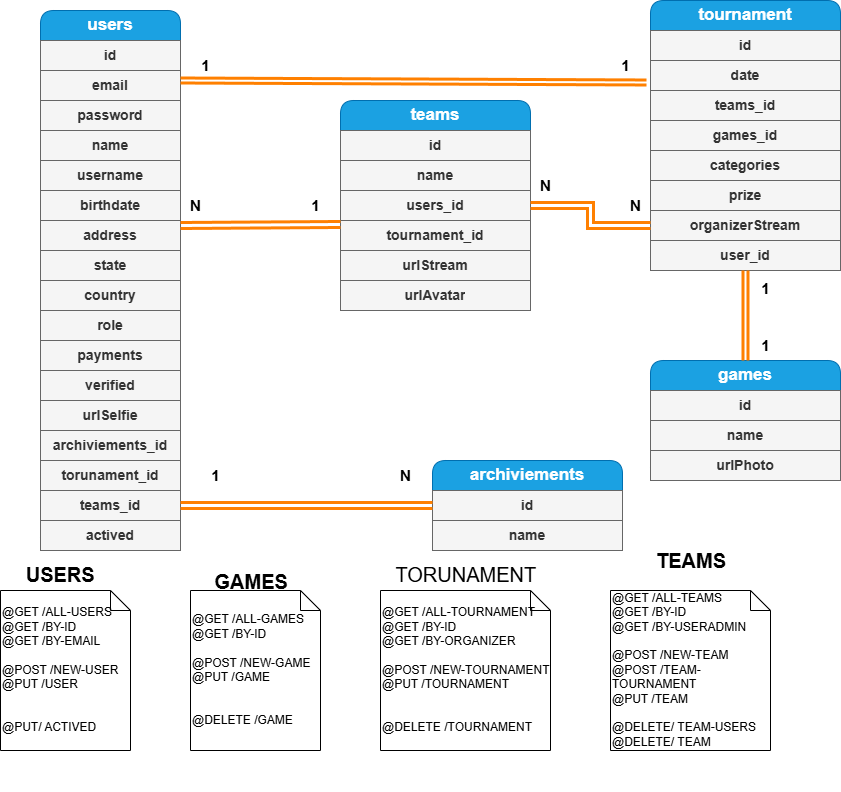
Above: Diagrama Entidad Relaciones Game Stream Tournament.drawio.png in FabricioIrazoqui/DiagramaEntidad-GameStreamTorunament (draw.io), before the change. Source tidied: cells renumbered, new cells last; positions are measured from the earlier drawing's top-left corner, leaving out a move shared by most shapes.
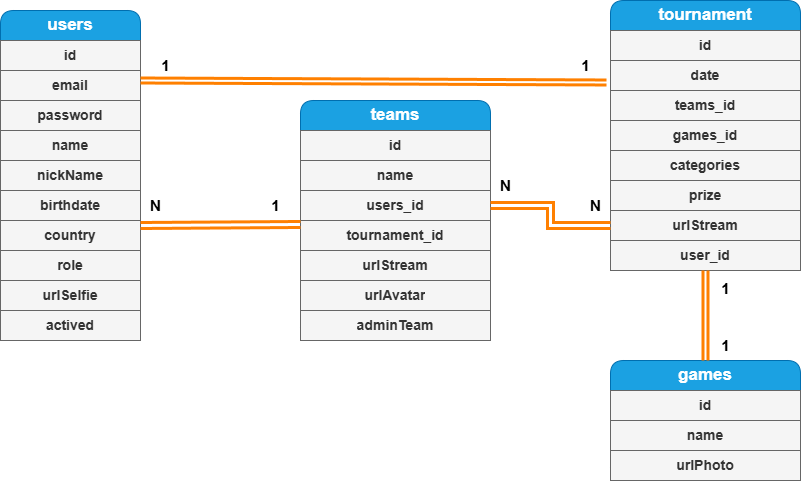
The same file after the commit.

Change to the diagram source:
```diff
@@ -3,7 +3,7 @@
     <mxCell id="0" />
     <mxCell id="1" parent="0" />
     <mxCell id="2" value="&lt;b&gt;&lt;font style=&quot;font-size: 17px;&quot;&gt;users&lt;/font&gt;&lt;/b&gt;" style="swimlane;fontStyle=0;horizontal=1;startSize=30;whiteSpace=wrap;html=1;glass=0;rounded=1;shadow=0;swimlaneLine=1;fillColor=#1ba1e2;strokeColor=#006EAF;fontColor=#ffffff;" parent="1" vertex="1">
-      <mxGeometry x="40" y="10" width="140" height="540" as="geometry" />
+      <mxGeometry x="40" y="10" width="140" height="330" as="geometry" />
     </mxCell>
     <mxCell id="3" value="id" style="text;strokeColor=#666666;fillColor=#f5f5f5;align=center;verticalAlign=middle;spacingLeft=4;spacingRight=4;overflow=hidden;whiteSpace=wrap;html=1;fontColor=#333333;fontStyle=1;fontSize=14;" parent="2" vertex="1">
       <mxGeometry y="30" width="140" height="30" as="geometry" />
@@ -17,44 +17,23 @@
     <mxCell id="6" value="name" style="text;strokeColor=#666666;fillColor=#f5f5f5;align=center;verticalAlign=middle;spacingLeft=4;spacingRight=4;overflow=hidden;whiteSpace=wrap;html=1;fontColor=#333333;fontStyle=1;fontSize=14;" parent="2" vertex="1">
       <mxGeometry y="120" width="140" height="30" as="geometry" />
     </mxCell>
-    <mxCell id="7" value="username" style="text;strokeColor=#666666;fillColor=#f5f5f5;align=center;verticalAlign=middle;spacingLeft=4;spacingRight=4;overflow=hidden;whiteSpace=wrap;html=1;fontColor=#333333;fontStyle=1;fontSize=14;" parent="2" vertex="1">
+    <mxCell id="7" value="nickName" style="text;strokeColor=#666666;fillColor=#f5f5f5;align=center;verticalAlign=middle;spacingLeft=4;spacingRight=4;overflow=hidden;whiteSpace=wrap;html=1;fontColor=#333333;fontStyle=1;fontSize=14;" parent="2" vertex="1">
       <mxGeometry y="150" width="140" height="30" as="geometry" />
     </mxCell>
     <mxCell id="8" value="birthdate" style="text;strokeColor=#666666;fillColor=#f5f5f5;align=center;verticalAlign=middle;spacingLeft=4;spacingRight=4;overflow=hidden;whiteSpace=wrap;html=1;fontColor=#333333;fontStyle=1;fontSize=14;" parent="2" vertex="1">
       <mxGeometry y="180" width="140" height="30" as="geometry" />
     </mxCell>
-    <mxCell id="9" value="address" style="text;strokeColor=#666666;fillColor=#f5f5f5;align=center;verticalAlign=middle;spacingLeft=4;spacingRight=4;overflow=hidden;points=[[0,0.5],[1,0.5]];portConstraint=eastwest;whiteSpace=wrap;html=1;fontColor=#333333;fontStyle=1;fontSize=14;" parent="2" vertex="1">
-      <mxGeometry y="210" width="140" height="30" as="geometry" />
-    </mxCell>
-    <mxCell id="10" value="state" style="text;strokeColor=#666666;fillColor=#f5f5f5;align=center;verticalAlign=middle;spacingLeft=4;spacingRight=4;overflow=hidden;whiteSpace=wrap;html=1;fontColor=#333333;fontStyle=1;fontSize=14;" parent="2" vertex="1">
-      <mxGeometry y="240" width="140" height="30" as="geometry" />
-    </mxCell>
     <mxCell id="11" value="country" style="text;strokeColor=#666666;fillColor=#f5f5f5;align=center;verticalAlign=middle;spacingLeft=4;spacingRight=4;overflow=hidden;whiteSpace=wrap;html=1;fontColor=#333333;fontStyle=1;fontSize=14;" parent="2" vertex="1">
-      <mxGeometry y="270" width="140" height="30" as="geometry" />
+      <mxGeometry y="210" width="140" height="30" as="geometry" />
     </mxCell>
     <mxCell id="12" value="role" style="text;strokeColor=#666666;fillColor=#f5f5f5;align=center;verticalAlign=middle;spacingLeft=4;spacingRight=4;overflow=hidden;whiteSpace=wrap;html=1;fontColor=#333333;fontStyle=1;fontSize=14;" parent="2" vertex="1">
-      <mxGeometry y="300" width="140" height="30" as="geometry" />
+      <mxGeometry y="240" width="140" height="30" as="geometry" />
     </mxCell>
-    <mxCell id="13" value="payments" style="text;strokeColor=#666666;fillColor=#f5f5f5;align=center;verticalAlign=middle;spacingLeft=4;spacingRight=4;overflow=hidden;whiteSpace=wrap;html=1;fontColor=#333333;fontStyle=1;fontSize=14;" parent="2" vertex="1">
-      <mxGeometry y="330" width="140" height="30" as="geometry" />
-    </mxCell>
-    <mxCell id="14" value="verified" style="text;strokeColor=#666666;fillColor=#f5f5f5;align=center;verticalAlign=middle;spacingLeft=4;spacingRight=4;overflow=hidden;whiteSpace=wrap;html=1;fontColor=#333333;fontStyle=1;fontSize=14;" parent="2" vertex="1">
-      <mxGeometry y="360" width="140" height="30" as="geometry" />
-    </mxCell>
     <mxCell id="15" value="urlSelfie" style="text;strokeColor=#666666;fillColor=#f5f5f5;align=center;verticalAlign=middle;spacingLeft=4;spacingRight=4;overflow=hidden;whiteSpace=wrap;html=1;fontColor=#333333;fontStyle=1;fontSize=14;" parent="2" vertex="1">
-      <mxGeometry y="390" width="140" height="30" as="geometry" />
+      <mxGeometry y="270" width="140" height="30" as="geometry" />
     </mxCell>
-    <mxCell id="16" value="archiviements_id" style="text;strokeColor=#666666;fillColor=#f5f5f5;align=center;verticalAlign=middle;spacingLeft=4;spacingRight=4;overflow=hidden;whiteSpace=wrap;html=1;fontColor=#333333;fontStyle=1;fontSize=14;" parent="2" vertex="1">
-      <mxGeometry y="420" width="140" height="30" as="geometry" />
-    </mxCell>
-    <mxCell id="17" value="torunament_id" style="text;strokeColor=#666666;fillColor=#f5f5f5;align=center;verticalAlign=middle;spacingLeft=4;spacingRight=4;overflow=hidden;whiteSpace=wrap;html=1;fontColor=#333333;fontStyle=1;fontSize=14;" parent="2" vertex="1">
-      <mxGeometry y="450" width="140" height="30" as="geometry" />
-    </mxCell>
-    <mxCell id="18" value="teams_id" style="text;strokeColor=#666666;fillColor=#f5f5f5;align=center;verticalAlign=middle;spacingLeft=4;spacingRight=4;overflow=hidden;points=[[0,0.5],[1,0.5]];portConstraint=eastwest;whiteSpace=wrap;html=1;fontColor=#333333;fontStyle=1;fontSize=14;" parent="2" vertex="1">
-      <mxGeometry y="480" width="140" height="30" as="geometry" />
-    </mxCell>
     <mxCell id="19" value="actived" style="text;strokeColor=#666666;fillColor=#f5f5f5;align=center;verticalAlign=middle;spacingLeft=4;spacingRight=4;overflow=hidden;whiteSpace=wrap;html=1;fontColor=#333333;fontStyle=1;fontSize=14;" parent="2" vertex="1">
-      <mxGeometry y="510" width="140" height="30" as="geometry" />
+      <mxGeometry y="300" width="140" height="30" as="geometry" />
     </mxCell>
     <mxCell id="20" value="&lt;span style=&quot;font-size: 17px;&quot;&gt;&lt;b&gt;tournament&lt;/b&gt;&lt;/span&gt;" style="swimlane;fontStyle=0;horizontal=1;startSize=30;whiteSpace=wrap;html=1;glass=0;rounded=1;shadow=0;swimlaneLine=1;fillColor=#1ba1e2;strokeColor=#006EAF;fontColor=#ffffff;" parent="1" vertex="1">
       <mxGeometry x="650" width="190" height="270" as="geometry" />
@@ -77,14 +56,14 @@
     <mxCell id="26" value="prize" style="text;strokeColor=#666666;fillColor=#f5f5f5;align=center;verticalAlign=middle;spacingLeft=4;spacingRight=4;overflow=hidden;whiteSpace=wrap;html=1;fontColor=#333333;fontStyle=1;fontSize=14;" parent="20" vertex="1">
       <mxGeometry y="180" width="190" height="30" as="geometry" />
     </mxCell>
-    <mxCell id="27" value="organizerStream" style="text;strokeColor=#666666;fillColor=#f5f5f5;align=center;verticalAlign=middle;spacingLeft=4;spacingRight=4;overflow=hidden;points=[[0,0.5],[1,0.5]];portConstraint=eastwest;whiteSpace=wrap;html=1;fontColor=#333333;fontStyle=1;fontSize=14;" parent="20" vertex="1">
+    <mxCell id="27" value="urlStream" style="text;strokeColor=#666666;fillColor=#f5f5f5;align=center;verticalAlign=middle;spacingLeft=4;spacingRight=4;overflow=hidden;points=[[0,0.5],[1,0.5]];portConstraint=eastwest;whiteSpace=wrap;html=1;fontColor=#333333;fontStyle=1;fontSize=14;" parent="20" vertex="1">
       <mxGeometry y="210" width="190" height="30" as="geometry" />
     </mxCell>
     <mxCell id="28" value="user_id" style="text;strokeColor=#666666;fillColor=#f5f5f5;align=center;verticalAlign=middle;spacingLeft=4;spacingRight=4;overflow=hidden;points=[[0,0.5],[1,0.5]];portConstraint=eastwest;whiteSpace=wrap;html=1;fontColor=#333333;fontStyle=1;fontSize=14;" parent="20" vertex="1">
       <mxGeometry y="240" width="190" height="30" as="geometry" />
     </mxCell>
     <mxCell id="29" value="&lt;span style=&quot;font-size: 17px;&quot;&gt;&lt;b&gt;teams&lt;/b&gt;&lt;/span&gt;" style="swimlane;fontStyle=0;horizontal=1;startSize=30;whiteSpace=wrap;html=1;glass=0;rounded=1;shadow=0;swimlaneLine=1;fillColor=#1ba1e2;strokeColor=#006EAF;fontColor=#ffffff;" parent="1" vertex="1">
-      <mxGeometry x="340" y="100" width="190" height="210" as="geometry" />
+      <mxGeometry x="340" y="100" width="190" height="240" as="geometry" />
     </mxCell>
     <mxCell id="30" value="id" style="text;strokeColor=#666666;fillColor=#f5f5f5;align=center;verticalAlign=middle;spacingLeft=4;spacingRight=4;overflow=hidden;whiteSpace=wrap;html=1;fontColor=#333333;fontStyle=1;fontSize=14;" parent="29" vertex="1">
       <mxGeometry y="30" width="190" height="30" as="geometry" />
@@ -104,6 +83,9 @@
     <mxCell id="35" value="urlAvatar" style="text;strokeColor=#666666;fillColor=#f5f5f5;align=center;verticalAlign=middle;spacingLeft=4;spacingRight=4;overflow=hidden;whiteSpace=wrap;html=1;fontColor=#333333;fontStyle=1;fontSize=14;" parent="29" vertex="1">
       <mxGeometry y="180" width="190" height="30" as="geometry" />
     </mxCell>
+    <mxCell id="62" value="adminTeam" style="text;strokeColor=#666666;fillColor=#f5f5f5;align=center;verticalAlign=middle;spacingLeft=4;spacingRight=4;overflow=hidden;whiteSpace=wrap;html=1;fontColor=#333333;fontStyle=1;fontSize=14;" parent="29" vertex="1">
+      <mxGeometry y="210" width="190" height="30" as="geometry" />
+    </mxCell>
     <mxCell id="36" value="&lt;span style=&quot;font-size: 17px;&quot;&gt;&lt;b&gt;games&lt;/b&gt;&lt;/span&gt;" style="swimlane;fontStyle=0;horizontal=1;startSize=30;whiteSpace=wrap;html=1;glass=0;rounded=1;shadow=0;swimlaneLine=1;fillColor=#1ba1e2;strokeColor=#006EAF;fontColor=#ffffff;" parent="1" vertex="1">
       <mxGeometry x="650" y="360" width="190" height="120" as="geometry" />
     </mxCell>
@@ -133,8 +115,10 @@
     <mxCell id="44" value="&lt;font style=&quot;font-size: 15px;&quot;&gt;&lt;b&gt;1&lt;/b&gt;&lt;/font&gt;" style="text;html=1;align=center;verticalAlign=middle;strokeColor=none;fillColor=none;" parent="1" vertex="1">
       <mxGeometry x="750" y="273" width="30" height="30" as="geometry" />
     </mxCell>
-    <mxCell id="45" style="edgeStyle=none;shape=link;rounded=0;jettySize=auto;html=1;exitX=0;exitY=0.133;exitDx=0;exitDy=0;entryX=1;entryY=0.167;entryDx=0;entryDy=0;entryPerimeter=0;strokeColor=#FF8000;strokeWidth=3;exitPerimeter=0;" parent="1" edge="1" source="33" target="9">
-      <mxGeometry relative="1" as="geometry" />
+    <mxCell id="45" style="edgeStyle=none;shape=link;rounded=0;jettySize=auto;html=1;exitX=0;exitY=0.133;exitDx=0;exitDy=0;entryX=1;entryY=0.167;entryDx=0;entryDy=0;entryPerimeter=0;strokeColor=#FF8000;strokeWidth=3;exitPerimeter=0;" parent="1" edge="1" source="33">
+      <mxGeometry relative="1" as="geometry">
+        <mxPoint x="180" y="225" as="targetPoint" />
+      </mxGeometry>
     </mxCell>
     <mxCell id="46" style="edgeStyle=orthogonalEdgeStyle;shape=link;rounded=0;jettySize=auto;html=1;exitX=1;exitY=0.5;exitDx=0;exitDy=0;entryX=0;entryY=0.5;entryDx=0;entryDy=0;strokeColor=#FF8000;strokeWidth=3;" parent="1" edge="1" source="32" target="27">
       <mxGeometry relative="1" as="geometry" />
@@ -148,41 +132,11 @@
     <mxCell id="49" value="&lt;font style=&quot;font-size: 15px;&quot;&gt;&lt;b&gt;1&lt;/b&gt;&lt;/font&gt;" style="text;html=1;align=center;verticalAlign=middle;strokeColor=none;fillColor=none;" parent="1" vertex="1">
       <mxGeometry x="610" y="50" width="30" height="30" as="geometry" />
     </mxCell>
-    <mxCell id="50" value="&lt;span style=&quot;font-size: 17px;&quot;&gt;&lt;b&gt;archiviements&lt;/b&gt;&lt;/span&gt;" style="swimlane;fontStyle=0;horizontal=1;startSize=30;whiteSpace=wrap;html=1;glass=0;rounded=1;shadow=0;swimlaneLine=1;fillColor=#1ba1e2;strokeColor=#006EAF;fontColor=#ffffff;" parent="1" vertex="1">
-      <mxGeometry x="432" y="460" width="190" height="90" as="geometry" />
-    </mxCell>
-    <mxCell id="51" value="id" style="text;strokeColor=#666666;fillColor=#f5f5f5;align=center;verticalAlign=middle;spacingLeft=4;spacingRight=4;overflow=hidden;points=[[0,0.5],[1,0.5]];portConstraint=eastwest;whiteSpace=wrap;html=1;fontColor=#333333;fontStyle=1;fontSize=14;" parent="50" vertex="1">
-      <mxGeometry y="30" width="190" height="30" as="geometry" />
-    </mxCell>
-    <mxCell id="52" value="name" style="text;strokeColor=#666666;fillColor=#f5f5f5;align=center;verticalAlign=middle;spacingLeft=4;spacingRight=4;overflow=hidden;whiteSpace=wrap;html=1;fontColor=#333333;fontStyle=1;fontSize=14;" parent="50" vertex="1">
-      <mxGeometry y="60" width="190" height="30" as="geometry" />
-    </mxCell>
-    <mxCell id="53" style="edgeStyle=orthogonalEdgeStyle;shape=link;rounded=0;jettySize=auto;html=1;exitX=1;exitY=0.5;exitDx=0;exitDy=0;entryX=0;entryY=0.5;entryDx=0;entryDy=0;strokeColor=#FF8000;strokeWidth=3;" parent="1" edge="1" source="18" target="51">
-      <mxGeometry relative="1" as="geometry" />
-    </mxCell>
-    <mxCell id="54" value="&lt;font style=&quot;font-size: 15px;&quot;&gt;&lt;b&gt;1&lt;/b&gt;&lt;/font&gt;" style="text;html=1;align=center;verticalAlign=middle;strokeColor=none;fillColor=none;" parent="1" vertex="1">
-      <mxGeometry x="200" y="460" width="30" height="30" as="geometry" />
-    </mxCell>
-    <mxCell id="55" value="&lt;font style=&quot;font-size: 15px;&quot;&gt;&lt;b&gt;N&lt;/b&gt;&lt;/font&gt;" style="text;html=1;align=center;verticalAlign=middle;strokeColor=none;fillColor=none;" parent="1" vertex="1">
-      <mxGeometry x="390" y="460" width="30" height="30" as="geometry" />
-    </mxCell>
     <mxCell id="56" value="&lt;font style=&quot;font-size: 15px;&quot;&gt;&lt;b&gt;1&lt;/b&gt;&lt;/font&gt;" style="text;html=1;align=center;verticalAlign=middle;strokeColor=none;fillColor=none;" parent="1" vertex="1">
       <mxGeometry x="300" y="190" width="30" height="30" as="geometry" />
     </mxCell>
     <mxCell id="57" value="&lt;b style=&quot;font-size: 15px;&quot;&gt;N&lt;/b&gt;" style="text;html=1;align=center;verticalAlign=middle;strokeColor=none;fillColor=none;" parent="1" vertex="1">
       <mxGeometry x="620" y="190" width="30" height="30" as="geometry" />
     </mxCell>
-    <mxCell id="58" value="&lt;div style=&quot;text-align: center; font-size: 20px;&quot;&gt;&lt;b&gt;USERS&lt;/b&gt;&lt;/div&gt;&lt;div style=&quot;text-align: center; font-size: 15px;&quot;&gt;&lt;b&gt;&lt;br&gt;&lt;/b&gt;&lt;/div&gt;@GET /ALL-USERS&lt;br&gt;@GET /BY-ID&lt;br&gt;@GET /BY-EMAIL&lt;div&gt;&lt;br&gt;&lt;/div&gt;&lt;div&gt;@POST /NEW-USER&lt;/div&gt;&lt;div&gt;@PUT /USER&lt;/div&gt;&lt;div&gt;&lt;br&gt;&lt;/div&gt;&lt;div&gt;&lt;br&gt;&lt;/div&gt;&lt;div&gt;@PUT/ ACTIVED&lt;/div&gt;&lt;div&gt;&lt;br&gt;&lt;/div&gt;&lt;div&gt;&lt;br&gt;&lt;div&gt;&lt;br&gt;&lt;/div&gt;&lt;/div&gt;" style="shape=note;size=20;whiteSpace=wrap;html=1;align=left;" parent="1" vertex="1">
-      <mxGeometry y="590" width="130" height="160" as="geometry" />
-    </mxCell>
-    <mxCell id="59" value="&lt;div style=&quot;text-align: center; font-size: 20px;&quot;&gt;&lt;b&gt;GAMES&lt;/b&gt;&lt;/div&gt;&lt;div style=&quot;text-align: center; font-size: 15px;&quot;&gt;&lt;b&gt;&lt;br&gt;&lt;/b&gt;&lt;/div&gt;@GET /ALL-GAMES&lt;br&gt;@GET /BY-ID&lt;br&gt;&lt;div&gt;&lt;br&gt;&lt;/div&gt;&lt;div&gt;@POST /NEW-GAME&lt;/div&gt;&lt;div&gt;@PUT /GAME&lt;/div&gt;&lt;div&gt;&lt;br&gt;&lt;/div&gt;&lt;div&gt;&lt;br&gt;&lt;/div&gt;&lt;div&gt;@DELETE /GAME&lt;/div&gt;&lt;div&gt;&lt;br&gt;&lt;/div&gt;&lt;div&gt;&lt;br&gt;&lt;div&gt;&lt;br&gt;&lt;/div&gt;&lt;/div&gt;" style="shape=note;size=20;whiteSpace=wrap;html=1;align=left;" parent="1" vertex="1">
-      <mxGeometry x="190" y="590" width="130" height="160" as="geometry" />
-    </mxCell>
-    <mxCell id="60" value="&lt;div style=&quot;text-align: center; font-size: 20px;&quot;&gt;TORUNAMENT&lt;/div&gt;&lt;div style=&quot;text-align: center; font-size: 15px;&quot;&gt;&lt;b&gt;&lt;br&gt;&lt;/b&gt;&lt;/div&gt;@GET /ALL-TOURNAMENT&lt;br&gt;@GET /BY-ID&lt;br&gt;&lt;div&gt;@GET /BY-ORGANIZER&lt;/div&gt;&lt;div&gt;&lt;br&gt;&lt;/div&gt;&lt;div&gt;@POST /NEW-TOURNAMENT&lt;/div&gt;&lt;div&gt;@PUT /TOURNAMENT&lt;/div&gt;&lt;div&gt;&lt;br&gt;&lt;/div&gt;&lt;div&gt;&lt;br&gt;&lt;/div&gt;&lt;div&gt;@DELETE /TOURNAMENT&lt;span style=&quot;color: rgba(0, 0, 0, 0); font-family: monospace; font-size: 0px; text-wrap: nowrap; background-color: initial;&quot;&gt;%3CmxGraphModel%3E%3Croot%3E%3CmxCell%20id%3D%220%22%2F%3E%3CmxCell%20id%3D%221%22%20parent%3D%220%22%2F%3E%3CmxCell%20id%3D%222%22%20value%3D%22%26lt%3Bdiv%20style%3D%26quot%3Btext-align%3A%20center%3B%20font-size%3A%2020px%3B%26quot%3B%26gt%3B%26lt%3Bb%26gt%3BUSERS%26lt%3B%2Fb%26gt%3B%26lt%3B%2Fdiv%26gt%3B%26lt%3Bdiv%20style%3D%26quot%3Btext-align%3A%20center%3B%20font-size%3A%2015px%3B%26quot%3B%26gt%3B%26lt%3Bb%26gt%3B%26lt%3Bbr%26gt%3B%26lt%3B%2Fb%26gt%3B%26lt%3B%2Fdiv%26gt%3B%40GET%20%2FALL-USERS%26lt%3Bbr%26gt%3B%40GET%20%2FBY-ID%26lt%3Bbr%26gt%3B%40GET%20%2FBY-EMAIL%26lt%3Bdiv%26gt%3B%26lt%3Bbr%26gt%3B%26lt%3B%2Fdiv%26gt%3B%26lt%3Bdiv%26gt%3B%40POST%20%2FNEW-USER%26lt%3B%2Fdiv%26gt%3B%26lt%3Bdiv%26gt%3B%40PUT%20%2FUSER%26lt%3B%2Fdiv%26gt%3B%26lt%3Bdiv%26gt%3B%26lt%3Bbr%26gt%3B%26lt%3B%2Fdiv%26gt%3B%26lt%3Bdiv%26gt%3B%26lt%3Bbr%26gt%3B%26lt%3B%2Fdiv%26gt%3B%26lt%3Bdiv%26gt%3B%40PUT%2F%20ACTIVED%26lt%3B%2Fdiv%26gt%3B%26lt%3Bdiv%26gt%3B%26lt%3Bbr%26gt%3B%26lt%3B%2Fdiv%26gt%3B%26lt%3Bdiv%26gt%3B%26lt%3Bbr%26gt%3B%26lt%3Bdiv%26gt%3B%26lt%3Bbr%26gt%3B%26lt%3B%2Fdiv%26gt%3B%26lt%3B%2Fdiv%26gt%3B%22%20style%3D%22shape%3Dnote%3Bsize%3D20%3BwhiteSpace%3Dwrap%3Bhtml%3D1%3Balign%3Dleft%3B%22%20vertex%3D%221%22%20parent%3D%221%22%3E%3CmxGeometry%20y%3D%22600%22%20width%3D%22130%22%20height%3D%22160%22%20as%3D%22geometry%22%2F%3E%3C%2FmxCell%3E%3C%2Froot%3E%3C%2FmxGraphModel%3E&lt;/span&gt;&lt;/div&gt;&lt;div&gt;&lt;br&gt;&lt;/div&gt;&lt;div&gt;&lt;br&gt;&lt;div&gt;&lt;br&gt;&lt;/div&gt;&lt;/div&gt;" style="shape=note;size=20;whiteSpace=wrap;html=1;align=left;" parent="1" vertex="1">
-      <mxGeometry x="380" y="590" width="170" height="160" as="geometry" />
-    </mxCell>
-    <mxCell id="61" value="&lt;div style=&quot;text-align: center; font-size: 20px;&quot;&gt;&lt;b&gt;TEAMS&lt;/b&gt;&lt;/div&gt;&lt;div style=&quot;text-align: center; font-size: 15px;&quot;&gt;&lt;b&gt;&lt;br&gt;&lt;/b&gt;&lt;/div&gt;@GET /ALL-TEAMS&lt;br&gt;@GET /BY-ID&lt;br&gt;@GET /BY-USERADMIN&lt;div&gt;&lt;br&gt;&lt;/div&gt;&lt;div&gt;@POST /NEW-TEAM&lt;/div&gt;&lt;div&gt;@POST /TEAM-TOURNAMENT&lt;/div&gt;&lt;div&gt;@PUT /TEAM&lt;/div&gt;&lt;div&gt;&lt;br&gt;&lt;/div&gt;&lt;div&gt;@DELETE/ TEAM-USERS&lt;/div&gt;&lt;div&gt;@DELETE/ TEAM&lt;/div&gt;&lt;div&gt;&lt;br&gt;&lt;/div&gt;&lt;div&gt;&lt;br&gt;&lt;div&gt;&lt;br&gt;&lt;/div&gt;&lt;/div&gt;" style="shape=note;size=20;whiteSpace=wrap;html=1;align=left;" parent="1" vertex="1">
-      <mxGeometry x="610" y="590" width="160" height="160" as="geometry" />
-    </mxCell>
   </root>
 </mxGraphModel>
```
